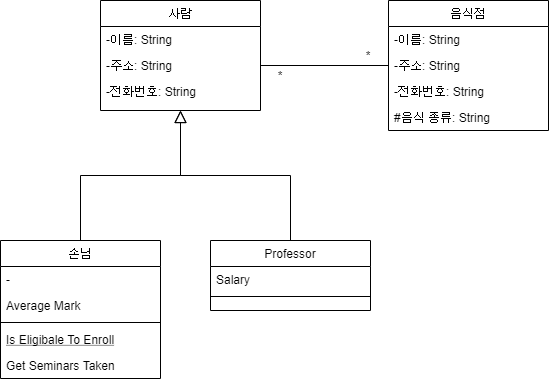
HyeminBaek/Software_engineering_HW keeps this draw.io diagram as Class Diagram.png. Above is the earlier version. Source tidied: cells renumbered, new cells last; positions are measured from the earlier drawing's top-left corner, leaving out a move shared by most shapes.
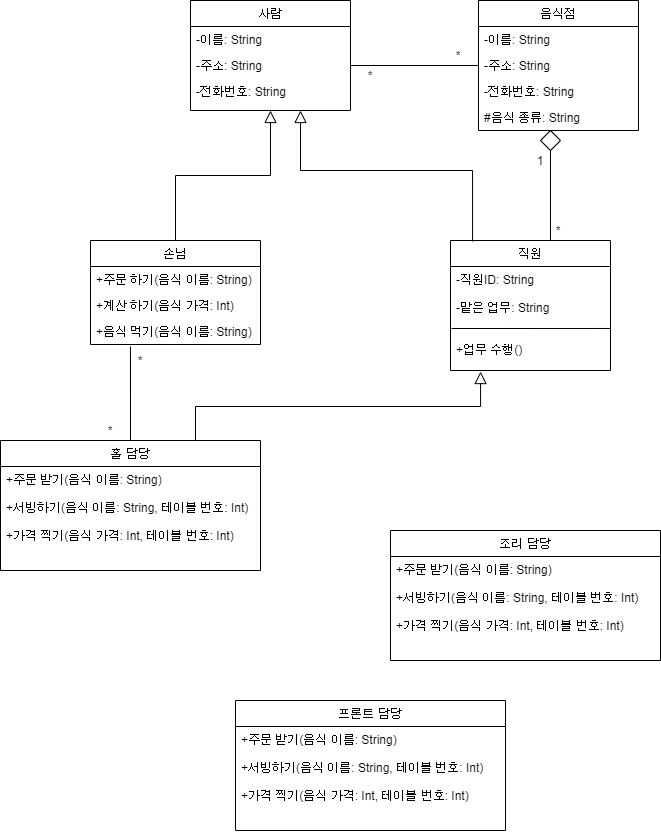
After the change.

What changed in the source:
```diff
@@ -15,37 +15,37 @@
       <mxGeometry y="78" width="160" height="26" as="geometry" />
     </mxCell>
     <mxCell id="6" value="손님" style="swimlane;fontStyle=0;align=center;verticalAlign=top;horizontal=1;startSize=26;rounded=0;shadow=0;strokeWidth=1;" parent="1" vertex="1">
-      <mxGeometry y="240" width="160" height="138" as="geometry" />
+      <mxGeometry y="240" width="170" height="104" as="geometry" />
     </mxCell>
-    <mxCell id="7" value="-" style="text;align=left;verticalAlign=top;spacingLeft=4;spacingRight=4;overflow=hidden;" parent="6" vertex="1">
-      <mxGeometry y="26" width="160" height="26" as="geometry" />
+    <mxCell id="7" value="+주문 하기(음식 이름: String)" style="text;align=left;verticalAlign=top;spacingLeft=4;spacingRight=4;overflow=hidden;" parent="6" vertex="1">
+      <mxGeometry y="26" width="170" height="26" as="geometry" />
     </mxCell>
-    <mxCell id="8" value="Average Mark" style="text;align=left;verticalAlign=top;spacingLeft=4;spacingRight=4;overflow=hidden;rounded=0;shadow=0;html=0;" parent="6" vertex="1">
-      <mxGeometry y="52" width="160" height="26" as="geometry" />
+    <mxCell id="8" value="+계산 하기(음식 가격: Int)" style="text;align=left;verticalAlign=top;spacingLeft=4;spacingRight=4;overflow=hidden;rounded=0;shadow=0;html=0;" parent="6" vertex="1">
+      <mxGeometry y="52" width="170" height="26" as="geometry" />
     </mxCell>
-    <mxCell id="9" style="line;html=1;strokeWidth=1;align=left;verticalAlign=middle;spacingTop=-1;spacingLeft=3;spacingRight=3;labelPosition=right;" parent="6" vertex="1">
-      <mxGeometry y="78" width="160" height="8" as="geometry" />
-    </mxCell>
-    <mxCell id="10" value="Is Eligibale To Enroll" style="text;align=left;verticalAlign=top;spacingLeft=4;spacingRight=4;overflow=hidden;fontStyle=4;" parent="6" vertex="1">
-      <mxGeometry y="86" width="160" height="26" as="geometry" />
-    </mxCell>
-    <mxCell id="11" value="Get Seminars Taken" style="text;align=left;verticalAlign=top;spacingLeft=4;spacingRight=4;overflow=hidden;points=[[0,0.5],[1,0.5]];portConstraint=eastwest;" parent="6" vertex="1">
-      <mxGeometry y="112" width="160" height="26" as="geometry" />
+    <mxCell id="11" value="+음식 먹기(음식 이름: String)" style="text;align=left;verticalAlign=top;spacingLeft=4;spacingRight=4;overflow=hidden;points=[[0,0.5],[1,0.5]];portConstraint=eastwest;" parent="6" vertex="1">
+      <mxGeometry y="78" width="170" height="26" as="geometry" />
     </mxCell>
     <mxCell id="12" style="endArrow=block;endSize=10;endFill=0;shadow=0;strokeWidth=1;rounded=0;edgeStyle=elbowEdgeStyle;elbow=vertical;" parent="1" edge="1" source="6" target="2">
       <mxGeometry relative="1" as="geometry" />
     </mxCell>
-    <mxCell id="13" value="Professor" style="swimlane;fontStyle=0;align=center;verticalAlign=top;horizontal=1;startSize=26;rounded=0;shadow=0;strokeWidth=1;" parent="1" vertex="1">
-      <mxGeometry x="210" y="240" width="160" height="70" as="geometry" />
+    <mxCell id="13" value="직원" style="swimlane;fontStyle=0;align=center;verticalAlign=top;horizontal=1;startSize=26;rounded=0;shadow=0;strokeWidth=1;" parent="1" vertex="1">
+      <mxGeometry x="360" y="240" width="160" height="130" as="geometry" />
     </mxCell>
+    <mxCell id="25" style="endArrow=none;html=1;entryX=1;entryY=0.596;entryDx=0;entryDy=0;entryPerimeter=0;" parent="13" edge="1" target="14">
+      <mxGeometry relative="1" as="geometry">
+        <mxPoint x="1" y="88" as="sourcePoint" />
+      </mxGeometry>
+    </mxCell>
-    <mxCell id="14" value="Salary" style="text;align=left;verticalAlign=top;spacingLeft=4;spacingRight=4;overflow=hidden;points=[[0,0.5],[1,0.5]];portConstraint=eastwest;" parent="13" vertex="1">
-      <mxGeometry y="26" width="160" height="26" as="geometry" />
+    <mxCell id="14" value="-직원ID: String&#10;&#10;-맡은 업무: String&#10;&#10;&#10;+업무 수행()" style="text;align=left;verticalAlign=top;spacingLeft=4;spacingRight=4;overflow=hidden;points=[[0,0.5],[1,0.5]];portConstraint=eastwest;" parent="13" vertex="1">
+      <mxGeometry y="26" width="160" height="104" as="geometry" />
     </mxCell>
-    <mxCell id="15" style="line;html=1;strokeWidth=1;align=left;verticalAlign=middle;spacingTop=-1;spacingLeft=3;spacingRight=3;labelPosition=right;" parent="13" vertex="1">
-      <mxGeometry y="52" width="160" height="8" as="geometry" />
-    </mxCell>
-    <mxCell id="16" style="endArrow=block;endSize=10;endFill=0;shadow=0;strokeWidth=1;rounded=0;edgeStyle=elbowEdgeStyle;elbow=vertical;" parent="1" edge="1" source="13" target="2">
-      <mxGeometry relative="1" as="geometry" />
+    <mxCell id="16" style="endArrow=block;endSize=10;endFill=0;shadow=0;strokeWidth=1;rounded=0;edgeStyle=elbowEdgeStyle;elbow=vertical;exitX=0.138;exitY=0.008;exitDx=0;exitDy=0;exitPerimeter=0;" parent="1" edge="1" source="13" target="2">
+      <mxGeometry relative="1" as="geometry">
+        <Array as="points">
+          <mxPoint x="210" y="170" />
+        </Array>
+      </mxGeometry>
     </mxCell>
     <mxCell id="17" value="음식점" style="swimlane;fontStyle=0;align=center;verticalAlign=top;horizontal=1;startSize=26;rounded=0;shadow=0;strokeWidth=1;" parent="1" vertex="1">
       <mxGeometry x="388" width="160" height="130" as="geometry" />
@@ -71,5 +71,49 @@
     <mxCell id="24" value="*" style="text;html=1;strokeColor=none;fillColor=none;align=center;verticalAlign=middle;whiteSpace=wrap;rounded=0;" parent="1" vertex="1">
       <mxGeometry x="260" y="65" width="40" height="20" as="geometry" />
     </mxCell>
+    <mxCell id="26" style="rhombus;whiteSpace=wrap;html=1;" parent="1" vertex="1">
+      <mxGeometry x="450" y="130" width="20" height="20" as="geometry" />
+    </mxCell>
+    <mxCell id="27" style="endArrow=none;html=1;entryX=0.5;entryY=1;entryDx=0;entryDy=0;" parent="1" edge="1" target="26">
+      <mxGeometry relative="1" as="geometry">
+        <mxPoint x="460" y="240" as="sourcePoint" />
+      </mxGeometry>
+    </mxCell>
+    <mxCell id="28" value="1" style="text;html=1;strokeColor=none;fillColor=none;align=center;verticalAlign=middle;whiteSpace=wrap;rounded=0;" parent="1" vertex="1">
+      <mxGeometry x="430" y="150" width="40" height="20" as="geometry" />
+    </mxCell>
+    <mxCell id="29" value="*" style="text;html=1;strokeColor=none;fillColor=none;align=center;verticalAlign=middle;whiteSpace=wrap;rounded=0;" parent="1" vertex="1">
+      <mxGeometry x="448" y="220" width="40" height="20" as="geometry" />
+    </mxCell>
+    <mxCell id="30" value="홀 담당" style="swimlane;fontStyle=0;align=center;verticalAlign=top;horizontal=1;startSize=26;rounded=0;shadow=0;strokeWidth=1;" parent="1" vertex="1">
+      <mxGeometry x="-90" y="440" width="260" height="130" as="geometry" />
+    </mxCell>
+    <mxCell id="31" value="+주문 받기(음식 이름: String)&#10;&#10;+서빙하기(음식 이름: String, 테이블 번호: Int)&#10;&#10;+가격 찍기(음식 가격: Int, 테이블 번호: Int)" style="text;align=left;verticalAlign=top;spacingLeft=4;spacingRight=4;overflow=hidden;" parent="30" vertex="1">
+      <mxGeometry y="26" width="260" height="104" as="geometry" />
+    </mxCell>
+    <mxCell id="32" value="*" style="text;html=1;strokeColor=none;fillColor=none;align=center;verticalAlign=middle;whiteSpace=wrap;rounded=0;" parent="1" vertex="1">
+      <mxGeometry x="30" y="350" width="40" height="20" as="geometry" />
+    </mxCell>
+    <mxCell id="33" value="*" style="text;html=1;strokeColor=none;fillColor=none;align=center;verticalAlign=middle;whiteSpace=wrap;rounded=0;" parent="1" vertex="1">
+      <mxGeometry y="420" width="40" height="20" as="geometry" />
+    </mxCell>
+    <mxCell id="34" value="프론트 담당" style="swimlane;fontStyle=0;align=center;verticalAlign=top;horizontal=1;startSize=26;rounded=0;shadow=0;strokeWidth=1;" parent="1" vertex="1">
+      <mxGeometry x="145" y="700" width="270" height="130" as="geometry" />
+    </mxCell>
+    <mxCell id="35" value="+주문 받기(음식 이름: String)&#10;&#10;+서빙하기(음식 이름: String, 테이블 번호: Int)&#10;&#10;+가격 찍기(음식 가격: Int, 테이블 번호: Int)" style="text;align=left;verticalAlign=top;spacingLeft=4;spacingRight=4;overflow=hidden;" parent="34" vertex="1">
+      <mxGeometry y="26" width="270" height="104" as="geometry" />
+    </mxCell>
+    <mxCell id="36" value="조리 담당" style="swimlane;fontStyle=0;align=center;verticalAlign=top;horizontal=1;startSize=26;rounded=0;shadow=0;strokeWidth=1;" parent="1" vertex="1">
+      <mxGeometry x="300" y="530" width="270" height="130" as="geometry" />
+    </mxCell>
+    <mxCell id="37" value="+주문 받기(음식 이름: String)&#10;&#10;+서빙하기(음식 이름: String, 테이블 번호: Int)&#10;&#10;+가격 찍기(음식 가격: Int, 테이블 번호: Int)" style="text;align=left;verticalAlign=top;spacingLeft=4;spacingRight=4;overflow=hidden;" parent="36" vertex="1">
+      <mxGeometry y="26" width="270" height="104" as="geometry" />
+    </mxCell>
+    <mxCell id="38" style="endArrow=block;endSize=10;endFill=0;shadow=0;strokeWidth=1;rounded=0;edgeStyle=elbowEdgeStyle;elbow=vertical;exitX=0.75;exitY=0;exitDx=0;exitDy=0;entryX=0.188;entryY=1.01;entryDx=0;entryDy=0;entryPerimeter=0;" parent="1" edge="1" source="30" target="14">
+      <mxGeometry relative="1" as="geometry" />
+    </mxCell>
+    <mxCell id="39" style="endArrow=none;html=1;exitX=0.5;exitY=0;exitDx=0;exitDy=0;entryX=0.235;entryY=1.077;entryDx=0;entryDy=0;entryPerimeter=0;" parent="1" edge="1" source="30" target="11">
+      <mxGeometry relative="1" as="geometry" />
+    </mxCell>
   </root>
 </mxGraphModel>
```
